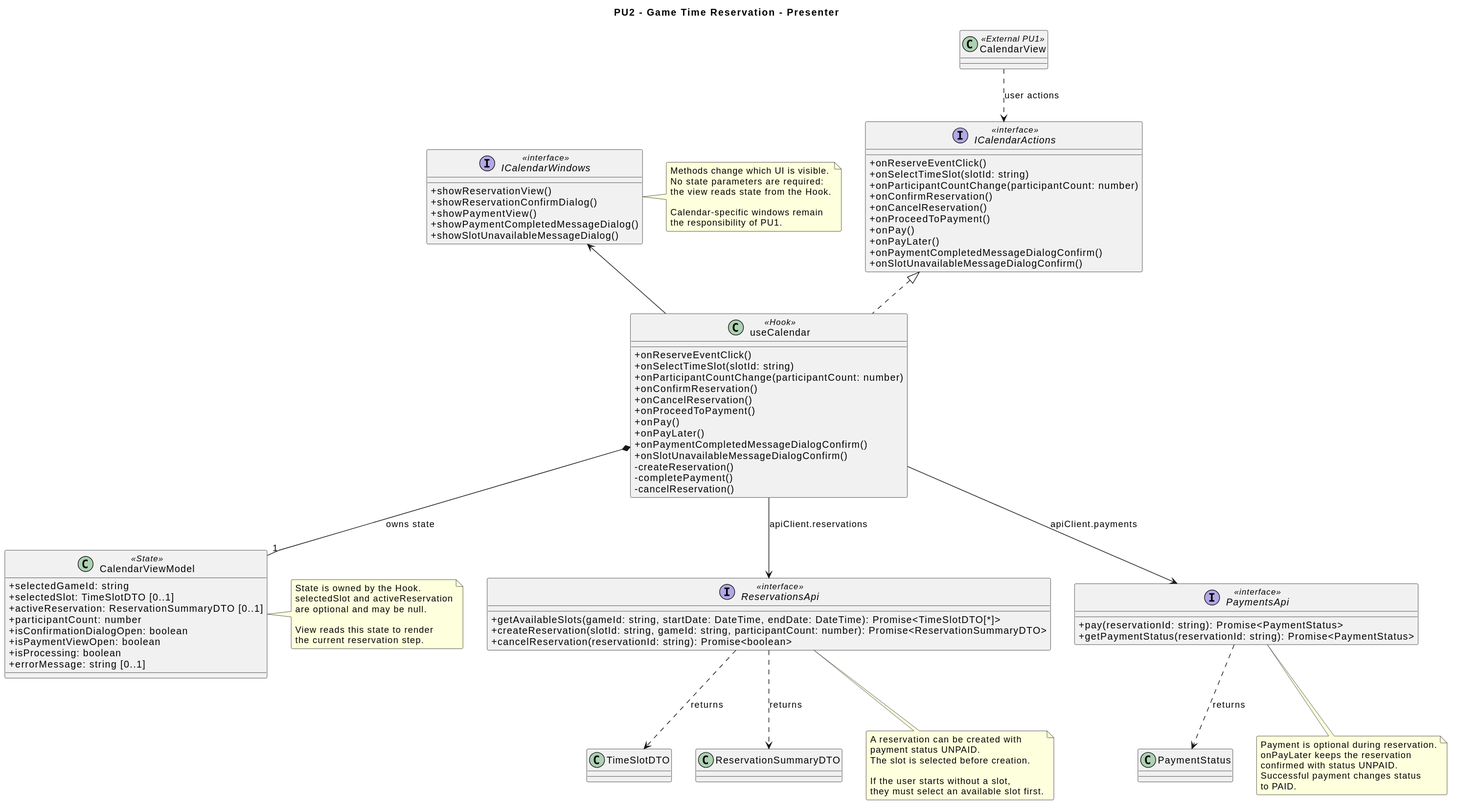
The PlantUML diagram diagrams/frontend/rendered/reservation-view.svg in Igor-Ochocki/POP-2026Z, before a commit.
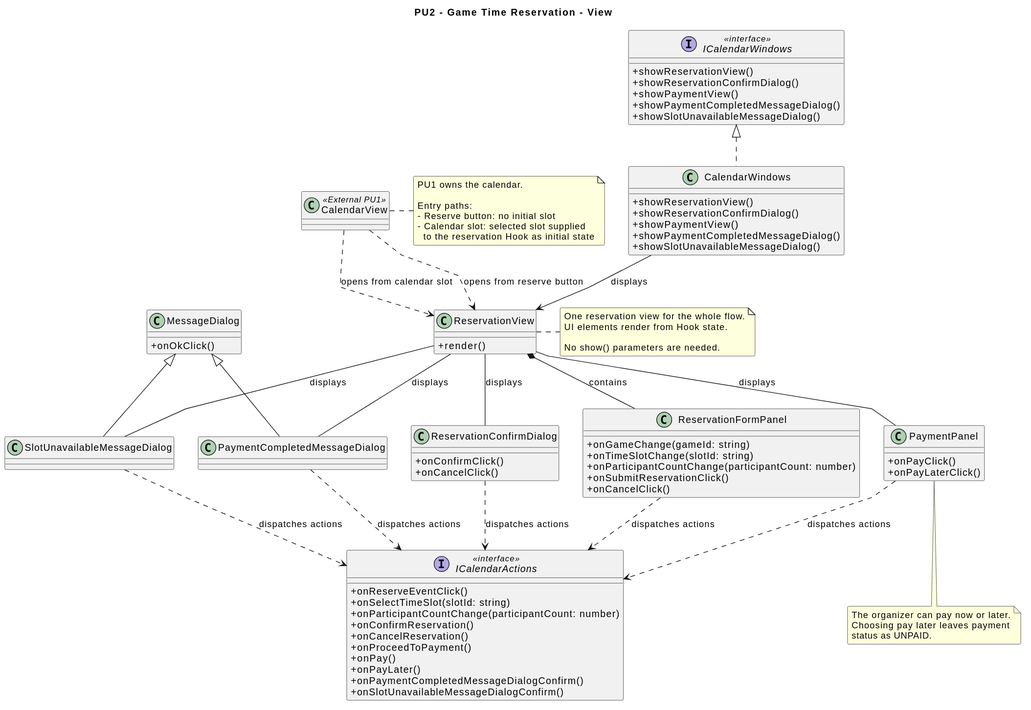
The same diagram one commit later.

Diff of the diagram source:
```diff
@@ -5,23 +5,41 @@
 skinparam roundcorner 4
 skinparam linetype polyline
 
-title PU2 - Game Time Reservation - Presenter
+title PU2 - Game Time Reservation - View
 
-class useCalendar <<Hook>> {
-    +onReserveEventClick()
-    +onSelectTimeSlot(slotId: string)
+class CalendarView <<External PU1>>
+
+class ReservationView {
+    +render()
+}
+
+class ReservationFormPanel {
+    +onGameChange(gameId: string)
+    +onTimeSlotChange(slotId: string)
     +onParticipantCountChange(participantCount: number)
-    +onConfirmReservation()
-    +onCancelReservation()
-    +onProceedToPayment()
-    +onPay()
-    +onPayLater()
-    +onPaymentCompletedMessageDialogConfirm()
-    +onSlotUnavailableMessageDialogConfirm()
-    -createReservation()
-    -completePayment()
-    -cancelReservation()
+    +onSubmitReservationClick()
+    +onCancelClick()
 }
+
+class ReservationConfirmDialog {
+    +onConfirmClick()
+    +onCancelClick()
+}
+
+class PaymentPanel {
+    +onPayClick()
+    +onPayLaterClick()
+}
+
+class MessageDialog {
+    +onOkClick()
+}
+
+class PaymentCompletedMessageDialog
+class SlotUnavailableMessageDialog
+
+PaymentCompletedMessageDialog -u-|> MessageDialog
+SlotUnavailableMessageDialog -u-|> MessageDialog
 
 interface ICalendarActions <<interface>> {
     +onReserveEventClick()
@@ -44,74 +62,51 @@
     +showSlotUnavailableMessageDialog()
 }
 
-class CalendarViewModel <<State>> {
-    +selectedGameId: string
-    +selectedSlot: TimeSlotDTO [0..1]
-    +activeReservation: ReservationSummaryDTO [0..1]
-    +participantCount: number
-    +isConfirmationDialogOpen: boolean
-    +isPaymentViewOpen: boolean
-    +isProcessing: boolean
-    +errorMessage: string [0..1]
+class CalendarWindows {
+    +showReservationView()
+    +showReservationConfirmDialog()
+    +showPaymentView()
+    +showPaymentCompletedMessageDialog()
+    +showSlotUnavailableMessageDialog()
 }
 
-interface ReservationsApi <<interface>> {
-    +getAvailableSlots(gameId: string, startDate: DateTime, endDate: DateTime): Promise<TimeSlotDTO[*]>
-    +createReservation(slotId: string, gameId: string, participantCount: number): Promise<ReservationSummaryDTO>
-    +cancelReservation(reservationId: string): Promise<boolean>
-}
+CalendarWindows .u.|> ICalendarWindows
+CalendarWindows --> ReservationView : displays
 
-interface PaymentsApi <<interface>> {
-    +pay(reservationId: string): Promise<PaymentStatus>
-    +getPaymentStatus(reservationId: string): Promise<PaymentStatus>
-}
+CalendarView ..> ReservationView : opens from reserve button
+CalendarView ..> ReservationView : opens from calendar slot
 
-class CalendarView <<External PU1>>
+ReservationView *-- ReservationFormPanel : contains
+ReservationView -- ReservationConfirmDialog : displays
+ReservationView -- PaymentPanel : displays
+ReservationView -- PaymentCompletedMessageDialog : displays
+ReservationView -- SlotUnavailableMessageDialog : displays
 
-useCalendar .u.|> ICalendarActions
-useCalendar -u-> ICalendarWindows
-useCalendar --> ReservationsApi : apiClient.reservations
-useCalendar --> PaymentsApi : apiClient.payments
-useCalendar *-- "1" CalendarViewModel : owns state
+ReservationFormPanel ..> ICalendarActions : dispatches actions
+ReservationConfirmDialog ..> ICalendarActions : dispatches actions
+PaymentPanel ..> ICalendarActions : dispatches actions
+PaymentCompletedMessageDialog ..> ICalendarActions : dispatches actions
+SlotUnavailableMessageDialog ..> ICalendarActions : dispatches actions
 
-ReservationsApi ..> TimeSlotDTO : returns
-ReservationsApi ..> ReservationSummaryDTO : returns
-PaymentsApi ..> PaymentStatus : returns
+note right of ReservationView
+    One reservation view for the whole flow.
+    UI elements render from Hook state.
 
-CalendarView ..> ICalendarActions : user actions
-
-note right of CalendarViewModel
-    State is owned by the Hook.
-    selectedSlot and activeReservation
-    are optional and may be null.
-
-    View reads this state to render
-    the current reservation step.
+    No show() parameters are needed.
 end note
 
-note right of ICalendarWindows
-    Methods change which UI is visible.
-    No state parameters are required:
-    the view reads state from the Hook.
+note right of CalendarView
+    PU1 owns the calendar.
 
-    Calendar-specific windows remain
-    the responsibility of PU1.
+    Entry paths:
+    - Reserve button: no initial slot
+    - Calendar slot: selected slot supplied
+      to the reservation Hook as initial state
 end note
 
-note bottom of ReservationsApi
-    A reservation can be created with
-    payment status UNPAID.
-    The slot is selected before creation.
-
-    If the user starts without a slot,
-    they must select an available slot first.
-end note
-
-note bottom of PaymentsApi
-    Payment is optional during reservation.
-    onPayLater keeps the reservation
-    confirmed with status UNPAID.
-    Successful payment changes status
-    to PAID.
+note bottom of PaymentPanel
+    The organizer can pay now or later.
+    Choosing pay later leaves payment
+    status as UNPAID.
 end note
 @enduml
```
